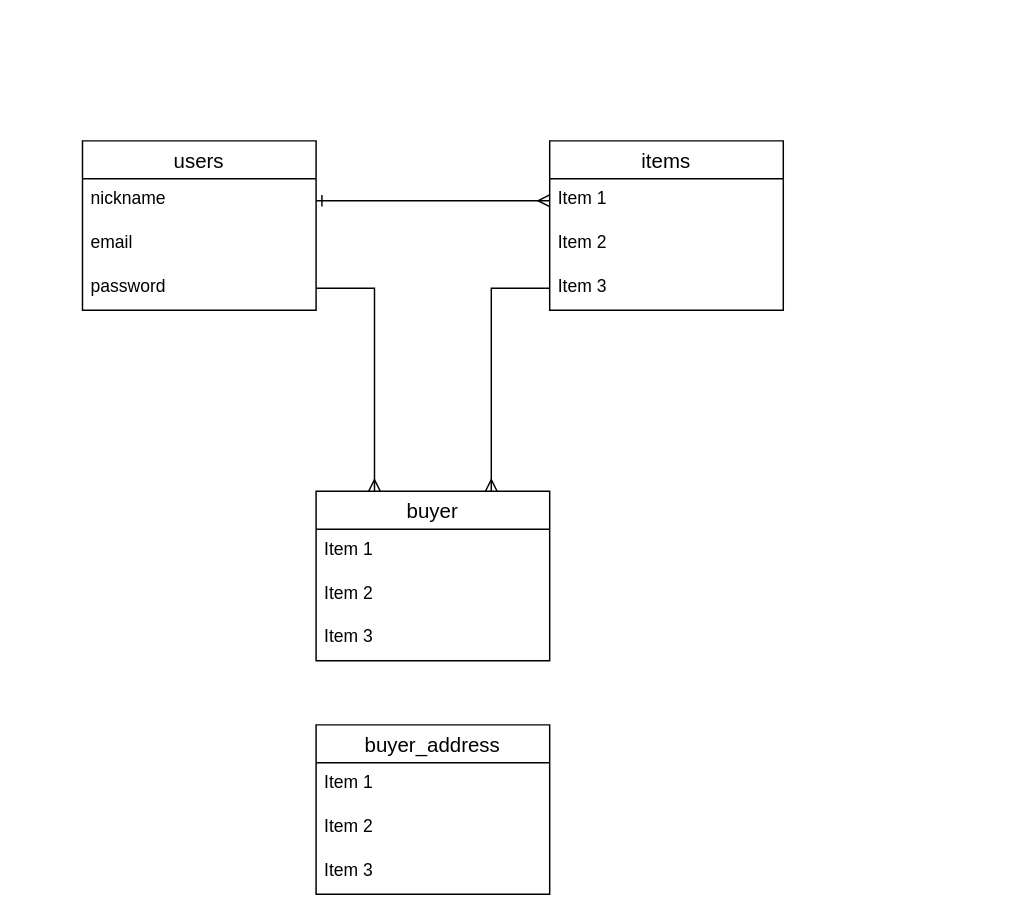
Above: test.dio in yasushimiyazaki/furima-30344 (draw.io), before the change. Source tidied: cells renumbered, new cells numbered last; positions are measured from the earlier drawing's top-left corner, leaving out a move shared by most shapes. Both pictures are drawn from the tidied source at 146%, with x=0, y=0 at pixel (82, 140).
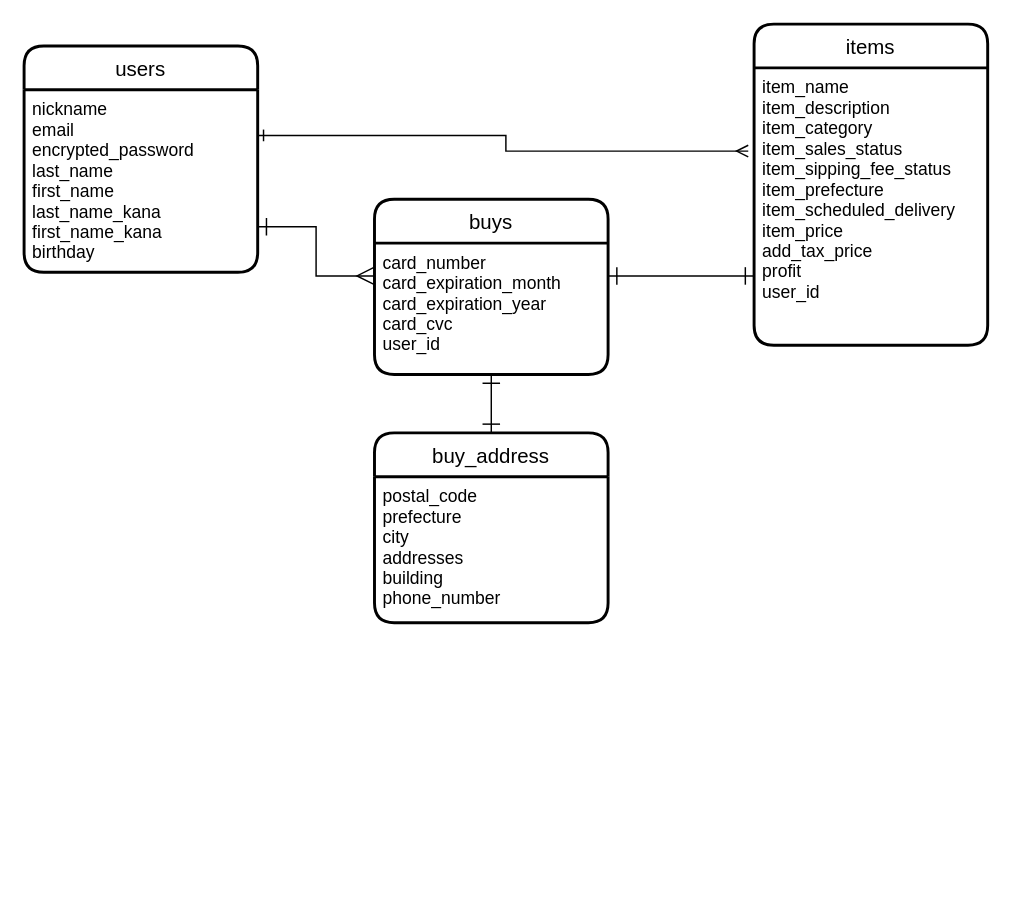
The same diagram, later.

Change to the diagram source:
```diff
@@
-    <mxCell id="2" value="users" style="swimlane;fontStyle=0;horizontal=1;startSize=26;align=center;fontSize=14;" parent="1" vertex="1">
-      <mxGeometry width="160" height="116" as="geometry" />
+    <mxCell id="2" value="users" style="swimlane;horizontal=1;startSize=30;rounded=1;fontSize=14;fontStyle=0;strokeWidth=2;shadow=0;dashed=0;align=center;" parent="1" vertex="1">
+      <mxGeometry x="-40" y="-65" width="160" height="155" as="geometry" />
     </mxCell>
-    <mxCell id="3" value="nickname" style="text;strokeColor=none;fillColor=none;spacingLeft=4;spacingRight=4;overflow=hidden;points=[[0,0.5],[1,0.5]];portConstraint=eastwest;fontSize=12;" parent="2" vertex="1">
-      <mxGeometry y="26" width="160" height="30" as="geometry" />
-    </mxCell>
-    <mxCell id="4" value="email" style="text;strokeColor=none;fillColor=none;spacingLeft=4;spacingRight=4;overflow=hidden;fontSize=12;" parent="2" vertex="1">
-      <mxGeometry y="56" width="160" height="30" as="geometry" />
-    </mxCell>
-    <mxCell id="5" value="password&#10;&#10;" style="text;strokeColor=none;fillColor=none;spacingLeft=4;spacingRight=4;overflow=hidden;points=[[0,0.5],[1,0.5]];portConstraint=eastwest;fontSize=12;" parent="2" vertex="1">
-      <mxGeometry y="86" width="160" height="30" as="geometry" />
-    </mxCell>
+    <mxCell id="21" value="nickname&#10;email&#10;encrypted_password&#10;last_name&#10;first_name&#10;last_name_kana&#10;first_name_kana&#10;birthday" style="align=left;strokeColor=none;fillColor=none;spacingLeft=4;fontSize=12;verticalAlign=top;" parent="2" vertex="1">
+      <mxGeometry y="30" width="160" height="125" as="geometry" />
+    </mxCell>
+    <mxCell id="22" style="edgeStyle=orthogonalEdgeStyle;rounded=0;orthogonalLoop=1;jettySize=auto;html=1;exitX=0.5;exitY=1;exitDx=0;exitDy=0;startArrow=ERone;startFill=0;endArrow=ERmany;endFill=0;targetPerimeterSpacing=0;" parent="2" edge="1" source="21" target="21">
+      <mxGeometry relative="1" as="geometry" />
+    </mxCell>
-    <mxCell id="6" value="items" style="swimlane;fontStyle=0;horizontal=1;startSize=26;align=center;fontSize=14;" parent="1" vertex="1">
-      <mxGeometry x="320" width="160" height="116" as="geometry" />
+    <mxCell id="6" value="items" style="swimlane;horizontal=1;startSize=30;rounded=1;fontSize=14;fontStyle=0;strokeWidth=2;shadow=0;dashed=0;align=center;" parent="1" vertex="1">
+      <mxGeometry x="460" y="-80" width="160" height="220" as="geometry" />
     </mxCell>
-    <mxCell id="7" value="Item 1" style="text;strokeColor=none;fillColor=none;spacingLeft=4;spacingRight=4;overflow=hidden;points=[[0,0.5],[1,0.5]];portConstraint=eastwest;fontSize=12;" parent="6" vertex="1">
-      <mxGeometry y="26" width="160" height="30" as="geometry" />
-    </mxCell>
-    <mxCell id="8" value="Item 2" style="text;strokeColor=none;fillColor=none;spacingLeft=4;spacingRight=4;overflow=hidden;fontSize=12;" parent="6" vertex="1">
-      <mxGeometry y="56" width="160" height="30" as="geometry" />
-    </mxCell>
-    <mxCell id="9" value="Item 3" style="text;strokeColor=none;fillColor=none;spacingLeft=4;spacingRight=4;overflow=hidden;points=[[0,0.5],[1,0.5]];portConstraint=eastwest;fontSize=12;" parent="6" vertex="1">
-      <mxGeometry y="86" width="160" height="30" as="geometry" />
-    </mxCell>
-    <mxCell id="10" value="buyer" style="swimlane;fontStyle=0;horizontal=1;startSize=26;align=center;fontSize=14;" parent="1" vertex="1">
-      <mxGeometry x="160" y="240" width="160" height="116" as="geometry" />
-    </mxCell>
-    <mxCell id="11" value="Item 1" style="text;strokeColor=none;fillColor=none;spacingLeft=4;spacingRight=4;overflow=hidden;fontSize=12;" parent="10" vertex="1">
-      <mxGeometry y="26" width="160" height="30" as="geometry" />
-    </mxCell>
-    <mxCell id="12" value="Item 2" style="text;strokeColor=none;fillColor=none;spacingLeft=4;spacingRight=4;overflow=hidden;fontSize=12;" parent="10" vertex="1">
-      <mxGeometry y="56" width="160" height="30" as="geometry" />
-    </mxCell>
-    <mxCell id="13" value="Item 3" style="text;strokeColor=none;fillColor=none;spacingLeft=4;spacingRight=4;overflow=hidden;fontSize=12;" parent="10" vertex="1">
-      <mxGeometry y="86" width="160" height="30" as="geometry" />
-    </mxCell>
-    <mxCell id="14" value="buyer_address" style="swimlane;fontStyle=0;horizontal=1;startSize=26;align=center;fontSize=14;" parent="1" vertex="1">
-      <mxGeometry x="160" y="400" width="160" height="116" as="geometry" />
-    </mxCell>
-    <mxCell id="15" value="Item 1" style="text;strokeColor=none;fillColor=none;spacingLeft=4;spacingRight=4;overflow=hidden;fontSize=12;" parent="14" vertex="1">
-      <mxGeometry y="26" width="160" height="30" as="geometry" />
-    </mxCell>
-    <mxCell id="16" value="Item 2" style="text;strokeColor=none;fillColor=none;spacingLeft=4;spacingRight=4;overflow=hidden;fontSize=12;" parent="14" vertex="1">
-      <mxGeometry y="56" width="160" height="30" as="geometry" />
-    </mxCell>
-    <mxCell id="17" value="Item 3" style="text;strokeColor=none;fillColor=none;spacingLeft=4;spacingRight=4;overflow=hidden;fontSize=12;" parent="14" vertex="1">
-      <mxGeometry y="86" width="160" height="30" as="geometry" />
-    </mxCell>
-    <mxCell id="18" style="edgeStyle=orthogonalEdgeStyle;rounded=0;jettySize=auto;html=1;exitX=1;exitY=0.5;exitDx=0;exitDy=0;entryX=0;entryY=0.5;entryDx=0;entryDy=0;startArrow=ERone;startFill=0;targetPerimeterSpacing=0;endArrow=ERmany;endFill=0;" parent="1" edge="1" source="3" target="7">
-      <mxGeometry relative="1" as="geometry" />
-    </mxCell>
-    <mxCell id="19" style="edgeStyle=orthogonalEdgeStyle;rounded=0;jettySize=auto;html=1;exitX=0;exitY=0.5;exitDx=0;exitDy=0;entryX=0.75;entryY=0;entryDx=0;entryDy=0;endArrow=ERmany;endFill=0;" parent="1" edge="1" source="9" target="10">
-      <mxGeometry relative="1" as="geometry" />
-    </mxCell>
-    <mxCell id="20" style="edgeStyle=orthogonalEdgeStyle;rounded=0;jettySize=auto;html=1;exitX=1;exitY=0.5;exitDx=0;exitDy=0;entryX=0.25;entryY=0;entryDx=0;entryDy=0;endArrow=ERmany;endFill=0;" parent="1" edge="1" source="5" target="10">
-      <mxGeometry relative="1" as="geometry" />
-    </mxCell>
+    <mxCell id="23" value="item_name&#10;item_description&#10;item_category&#10;item_sales_status&#10;item_sipping_fee_status&#10;item_prefecture&#10;item_scheduled_delivery&#10;item_price&#10;add_tax_price&#10;profit&#10;user_id" style="align=left;strokeColor=none;fillColor=none;spacingLeft=4;fontSize=12;verticalAlign=top;" parent="6" vertex="1">
+      <mxGeometry y="30" width="160" height="190" as="geometry" />
+    </mxCell>
+    <mxCell id="24" value="buys" style="swimlane;horizontal=1;startSize=30;rounded=1;fontSize=14;fontStyle=0;strokeWidth=2;shadow=0;dashed=0;align=center;" parent="1" vertex="1">
+      <mxGeometry x="200" y="40" width="160" height="120" as="geometry" />
+    </mxCell>
+    <mxCell id="25" value="card_number&#10;card_expiration_month&#10;card_expiration_year&#10;card_cvc&#10;user_id&#10;" style="align=left;strokeColor=none;fillColor=none;spacingLeft=4;fontSize=12;verticalAlign=top;" parent="24" vertex="1">
+      <mxGeometry y="30" width="160" height="90" as="geometry" />
+    </mxCell>
+    <mxCell id="26" value="buy_address" style="swimlane;horizontal=1;startSize=30;rounded=1;fontSize=14;fontStyle=0;strokeWidth=2;shadow=0;dashed=0;align=center;" parent="1" vertex="1">
+      <mxGeometry x="200" y="200" width="160" height="130" as="geometry" />
+    </mxCell>
+    <mxCell id="27" value="postal_code&#10;prefecture&#10;city&#10;addresses&#10;building&#10;phone_number" style="align=left;strokeColor=none;fillColor=none;spacingLeft=4;fontSize=12;verticalAlign=top;" parent="26" vertex="1">
+      <mxGeometry y="30" width="160" height="100" as="geometry" />
+    </mxCell>
+    <mxCell id="28" style="edgeStyle=orthogonalEdgeStyle;rounded=0;jettySize=auto;html=1;exitX=1;exitY=0.25;exitDx=0;exitDy=0;entryX=-0.025;entryY=0.3;entryDx=0;entryDy=0;entryPerimeter=0;startArrow=ERone;startFill=0;endArrow=ERmany;endFill=0;targetPerimeterSpacing=0;" parent="1" edge="1" source="21" target="23">
+      <mxGeometry relative="1" as="geometry" />
+    </mxCell>
+    <mxCell id="29" style="edgeStyle=orthogonalEdgeStyle;rounded=0;jettySize=auto;html=1;exitX=0.5;exitY=1;exitDx=0;exitDy=0;entryX=0.5;entryY=0;entryDx=0;entryDy=0;startArrow=ERone;startFill=0;startSize=10;endArrow=ERone;endFill=0;endSize=10;targetPerimeterSpacing=0;strokeWidth=1;" parent="1" edge="1" source="25" target="26">
+      <mxGeometry relative="1" as="geometry" />
+    </mxCell>
+    <mxCell id="30" style="edgeStyle=orthogonalEdgeStyle;rounded=0;jettySize=auto;html=1;exitX=0;exitY=0.75;exitDx=0;exitDy=0;entryX=1;entryY=0.25;entryDx=0;entryDy=0;startArrow=ERone;startFill=0;startSize=10;endArrow=ERone;endFill=0;endSize=10;targetPerimeterSpacing=0;strokeWidth=1;" parent="1" edge="1" source="23" target="25">
+      <mxGeometry relative="1" as="geometry" />
+    </mxCell>
+    <mxCell id="31" style="edgeStyle=orthogonalEdgeStyle;rounded=0;jettySize=auto;html=1;exitX=1;exitY=0.75;exitDx=0;exitDy=0;entryX=0;entryY=0.25;entryDx=0;entryDy=0;startArrow=ERone;startFill=0;startSize=10;endArrow=ERmany;endFill=0;endSize=10;targetPerimeterSpacing=0;strokeWidth=1;" parent="1" edge="1" source="21" target="25">
+      <mxGeometry relative="1" as="geometry" />
+    </mxCell>
```
